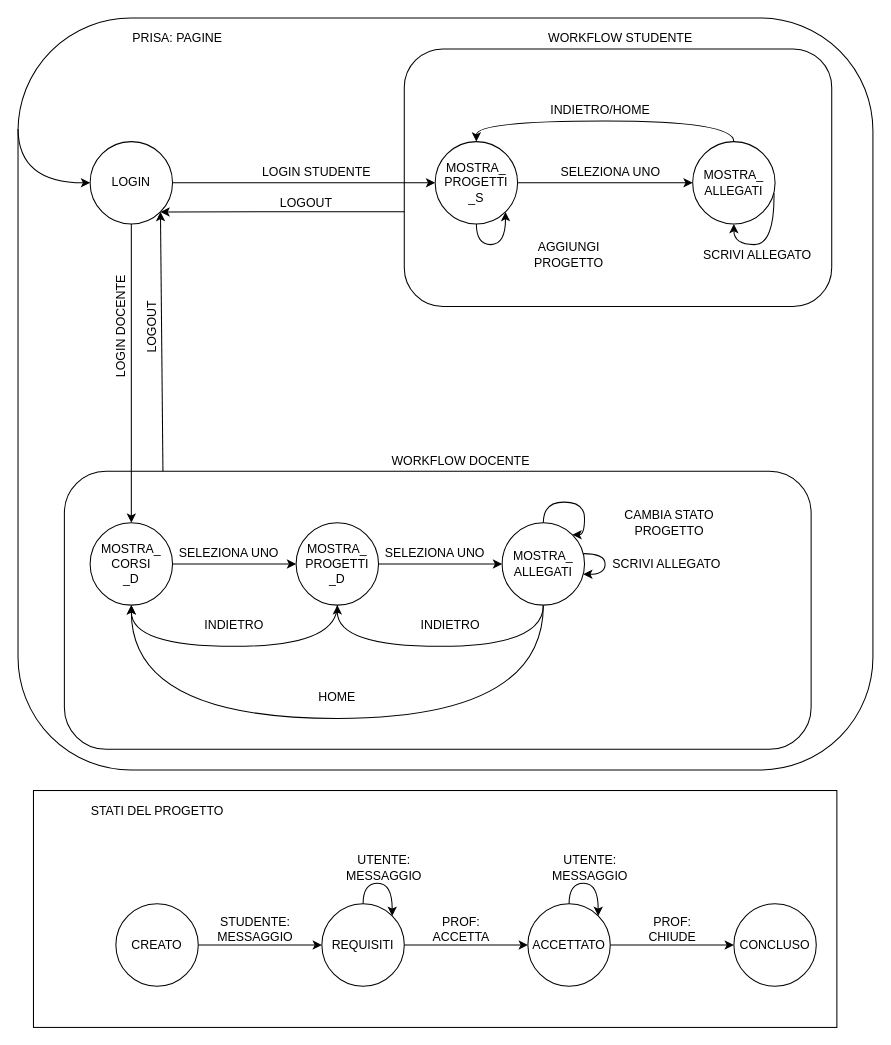
Earlier version of the draw.io diagram page "FSM_FUNZIONAMENTO" (3 of 5) of prisa_eer.drawio (Cippo95/prisa). Source tidied: cells renumbered, new cells numbered last; positions are measured from the earlier drawing's top-left corner, leaving out a move shared by most shapes. Both pictures are drawn from the tidied source at 103%, with x=0, y=0 at pixel (18, 18).
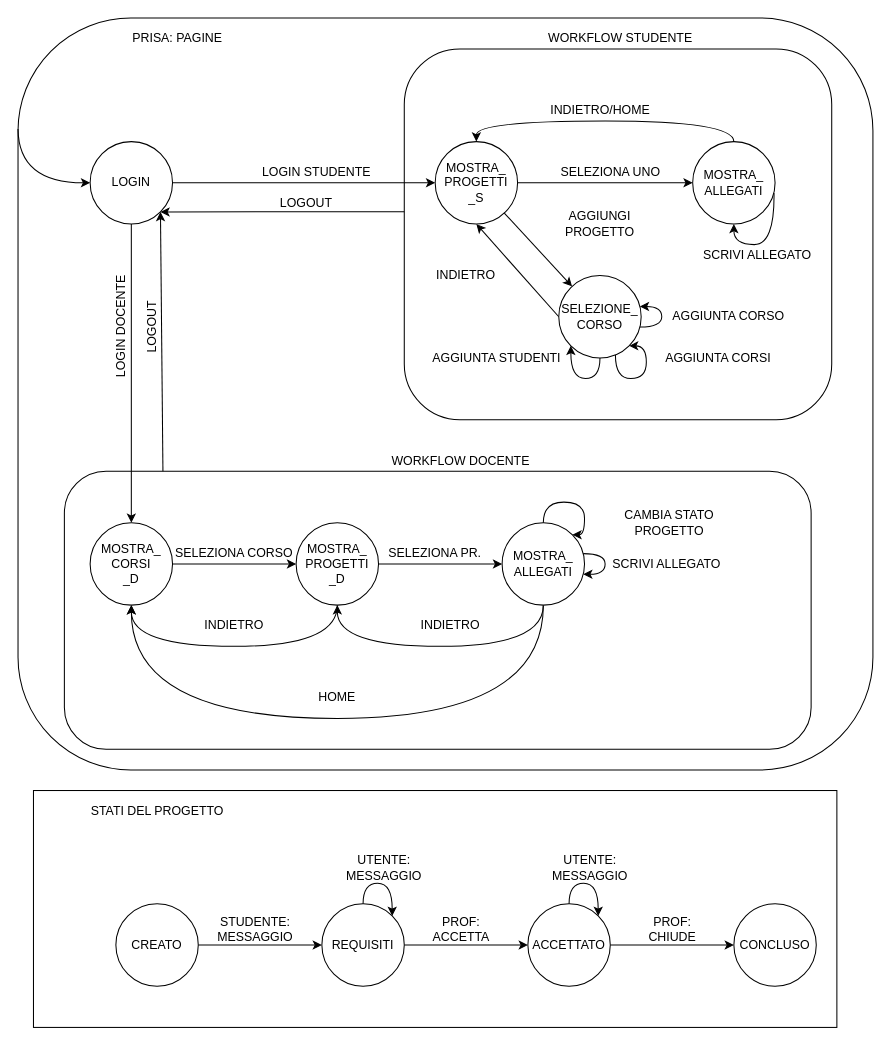
The same page after the edit.

The change refers to these unchanged cells:
```xml
<mxCell id="15" value="&lt;div&gt;MOSTRA_&lt;/div&gt;&lt;div&gt;PROGETTI&lt;/div&gt;_S" style="ellipse;whiteSpace=wrap;html=1;" parent="1" vertex="1">
  <mxGeometry x="405" y="120" width="80" height="80" as="geometry" />
</mxCell>
```

Diff of the diagram source:
```diff
@@
     <mxCell id="6" style="rounded=1;whiteSpace=wrap;html=1;" parent="1" vertex="1">
-      <mxGeometry x="375" y="30" width="415" height="250" as="geometry" />
+      <mxGeometry x="375" y="30" width="415" height="360" as="geometry" />
     </mxCell>
@@
-    <mxCell id="28" value="SELEZIONA UNO" style="text;html=1;strokeColor=none;fillColor=none;align=center;verticalAlign=middle;whiteSpace=wrap;rounded=0;" parent="1" vertex="1">
-      <mxGeometry x="150" y="510" width="110" height="20" as="geometry" />
+    <mxCell id="28" value="SELEZIONA CORSO" style="text;html=1;strokeColor=none;fillColor=none;align=center;verticalAlign=middle;whiteSpace=wrap;rounded=0;" parent="1" vertex="1">
+      <mxGeometry x="150" y="510" width="120" height="20" as="geometry" />
     </mxCell>
@@
-    <mxCell id="46" value="SELEZIONA UNO" style="text;html=1;strokeColor=none;fillColor=none;align=center;verticalAlign=middle;whiteSpace=wrap;rounded=0;" parent="1" vertex="1">
+    <mxCell id="46" value="SELEZIONA PR." style="text;html=1;strokeColor=none;fillColor=none;align=center;verticalAlign=middle;whiteSpace=wrap;rounded=0;" parent="1" vertex="1">
       <mxGeometry x="350" y="510" width="110" height="20" as="geometry" />
     </mxCell>
@@
-    <mxCell id="59" style="edgeStyle=orthogonalEdgeStyle;rounded=0;orthogonalLoop=1;jettySize=auto;html=1;exitX=0.5;exitY=1;exitDx=0;exitDy=0;entryX=1;entryY=1;entryDx=0;entryDy=0;curved=1;" parent="1" edge="1" source="15" target="15">
-      <mxGeometry relative="1" as="geometry">
-        <Array as="points">
-          <mxPoint x="445" y="220" />
-          <mxPoint x="473" y="220" />
-        </Array>
-      </mxGeometry>
+    <mxCell id="59" style="rounded=0;jettySize=auto;html=1;exitX=0.5;exitY=1;exitDx=0;exitDy=0;startArrow=classic;startFill=1;endArrow=none;endFill=0;entryX=0;entryY=0.5;entryDx=0;entryDy=0;" parent="1" edge="1" source="15" target="62">
+      <mxGeometry relative="1" as="geometry" />
     </mxCell>
     <mxCell id="60" value="&lt;div&gt;AGGIUNGI PROGETTO&lt;/div&gt;" style="text;html=1;strokeColor=none;fillColor=none;align=center;verticalAlign=middle;whiteSpace=wrap;rounded=0;" parent="1" vertex="1">
-      <mxGeometry x="470" y="220" width="130" height="20" as="geometry" />
+      <mxGeometry x="500.1" y="190" width="130" height="20" as="geometry" />
     </mxCell>
+    <mxCell id="61" style="edgeStyle=none;rounded=0;jettySize=auto;html=1;startArrow=classic;startFill=1;endArrow=none;endFill=0;" parent="1" edge="1" source="62" target="15">
+      <mxGeometry relative="1" as="geometry" />
+    </mxCell>
+    <mxCell id="62" value="&lt;div&gt;SELEZIONE_&lt;/div&gt;&lt;div&gt;CORSO&lt;/div&gt;" style="ellipse;whiteSpace=wrap;html=1;" parent="1" vertex="1">
+      <mxGeometry x="525" y="250" width="80" height="80" as="geometry" />
+    </mxCell>
+    <mxCell id="63" value="INDIETRO" style="text;html=1;strokeColor=none;fillColor=none;align=center;verticalAlign=middle;whiteSpace=wrap;rounded=0;" parent="1" vertex="1">
+      <mxGeometry x="400" y="240" width="70" height="20" as="geometry" />
+    </mxCell>
+    <mxCell id="64" style="edgeStyle=orthogonalEdgeStyle;rounded=0;orthogonalLoop=1;jettySize=auto;html=1;startArrow=classic;startFill=1;endArrow=none;endFill=0;curved=1;" parent="1" edge="1" source="62" target="62">
+      <mxGeometry relative="1" as="geometry" />
+    </mxCell>
+    <mxCell id="65" value="AGGIUNTA CORSO" style="text;html=1;strokeColor=none;fillColor=none;align=center;verticalAlign=middle;whiteSpace=wrap;rounded=0;" parent="1" vertex="1">
+      <mxGeometry x="630.1" y="280" width="119.9" height="20" as="geometry" />
+    </mxCell>
+    <mxCell id="66" style="edgeStyle=orthogonalEdgeStyle;curved=1;rounded=0;orthogonalLoop=1;jettySize=auto;html=1;startArrow=classic;startFill=1;endArrow=none;endFill=0;exitX=1;exitY=1;exitDx=0;exitDy=0;" parent="1" edge="1" source="62" target="62">
+      <mxGeometry relative="1" as="geometry">
+        <Array as="points">
+          <mxPoint x="610" y="318" />
+          <mxPoint x="610" y="350" />
+          <mxPoint x="580" y="350" />
+        </Array>
+      </mxGeometry>
+    </mxCell>
+    <mxCell id="67" value="AGGIUNTA CORSI" style="text;html=1;strokeColor=none;fillColor=none;align=center;verticalAlign=middle;whiteSpace=wrap;rounded=0;" parent="1" vertex="1">
+      <mxGeometry x="620" y="320" width="120" height="20" as="geometry" />
+    </mxCell>
+    <mxCell id="68" style="edgeStyle=orthogonalEdgeStyle;curved=1;rounded=0;orthogonalLoop=1;jettySize=auto;html=1;entryX=0;entryY=1;entryDx=0;entryDy=0;startArrow=none;startFill=0;endArrow=classic;endFill=1;" parent="1" edge="1" source="62" target="62">
+      <mxGeometry relative="1" as="geometry">
+        <Array as="points">
+          <mxPoint x="565" y="350" />
+          <mxPoint x="537" y="350" />
+        </Array>
+      </mxGeometry>
+    </mxCell>
+    <mxCell id="69" value="AGGIUNTA STUDENTI" style="text;html=1;strokeColor=none;fillColor=none;align=center;verticalAlign=middle;whiteSpace=wrap;rounded=0;" parent="1" vertex="1">
+      <mxGeometry x="400" y="320" width="130" height="20" as="geometry" />
+    </mxCell>
```
